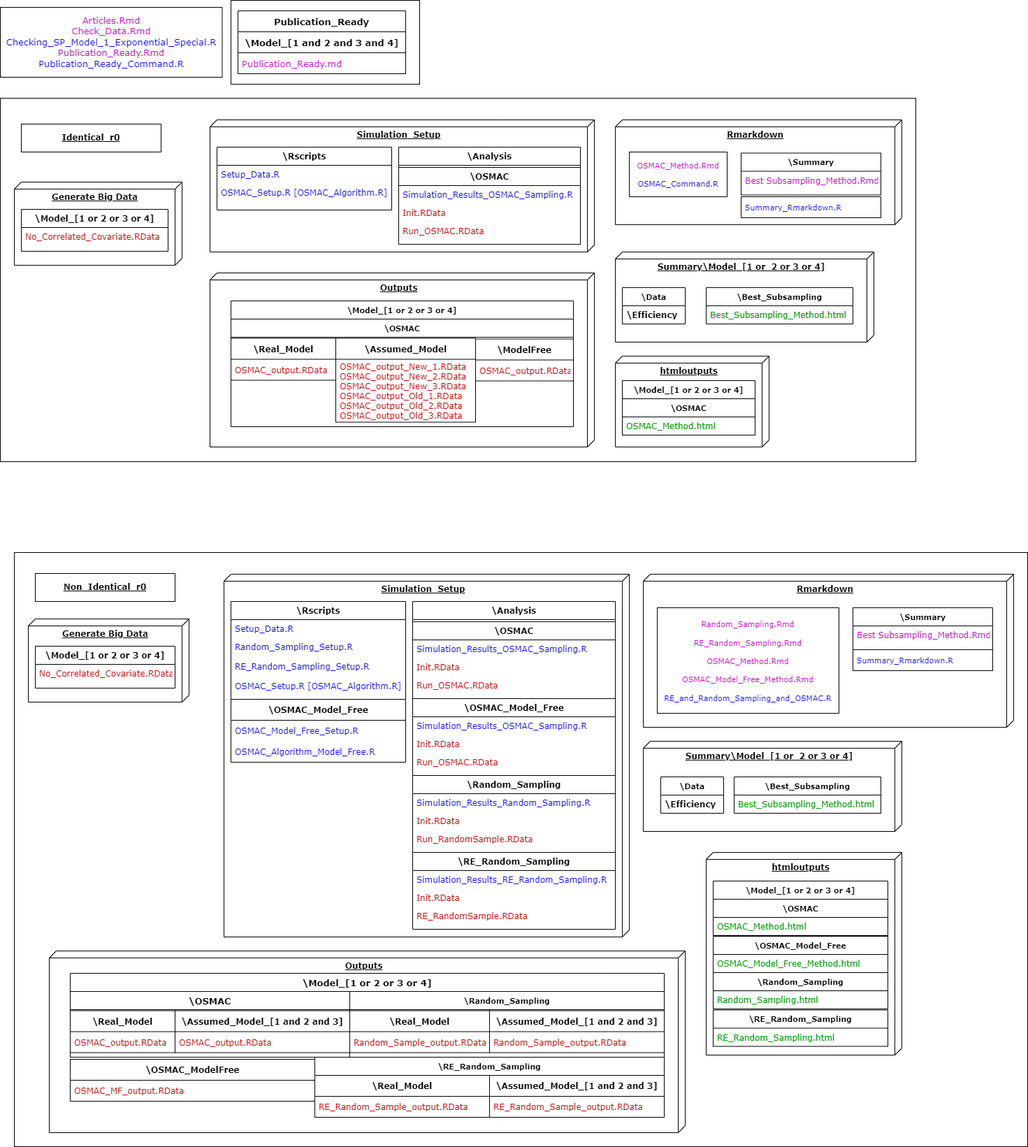
The draw.io diagram Images/FullDiagram.png in Amalan-ConStat/RS_OS_MROS_LR_TwoVar_Normal, before a commit. Source tidied: cells renumbered, new cells last; positions are measured from the earlier drawing's top-left corner, leaving out a move shared by most shapes.
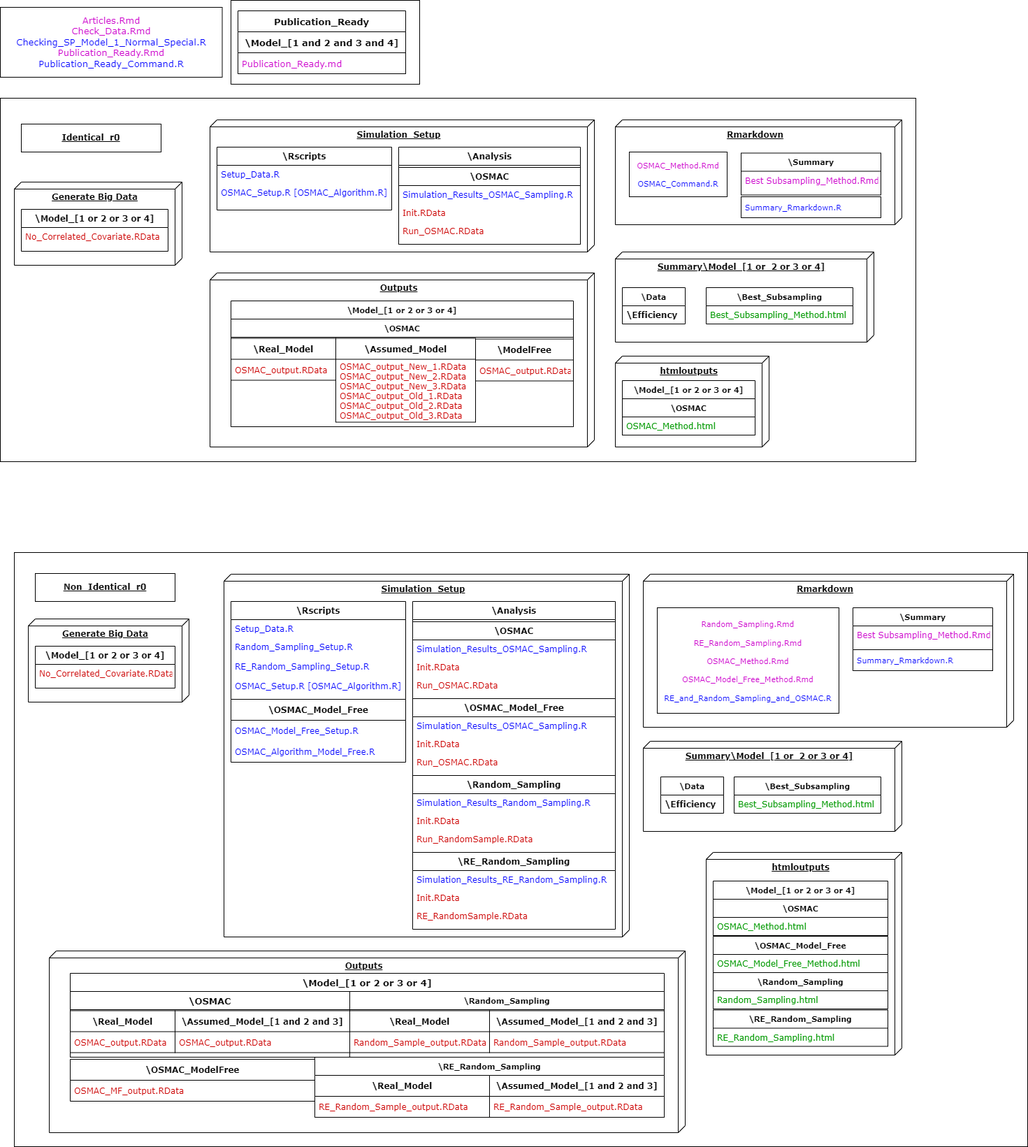
After the commit.

What changed in the source:
```diff
@@ -320,7 +320,7 @@
     <mxCell id="107" value="RE_Random_Sampling.html" style="text;strokeColor=none;fillColor=none;align=left;verticalAlign=top;spacingLeft=4;spacingRight=4;overflow=hidden;fontColor=#009900;fontFamily=Verdana;" parent="106" vertex="1">
       <mxGeometry y="26" width="250" height="26" as="geometry" />
     </mxCell>
-    <mxCell id="108" value="&lt;font style=&quot;font-size: 13px&quot;&gt;&lt;font color=&quot;#cc00cc&quot; style=&quot;font-size: 13px&quot;&gt;Articles.Rmd&lt;br&gt;Check_Data.Rmd&lt;/font&gt;&lt;br&gt;&lt;font style=&quot;font-size: 13px&quot;&gt;Checking_SP_Model_1_Exponential_Special.R&lt;/font&gt;&lt;br&gt;&lt;font color=&quot;#cc00cc&quot; style=&quot;font-size: 13px&quot;&gt;Publication_Ready.Rmd&lt;/font&gt;&lt;br&gt;&lt;font style=&quot;font-size: 13px&quot;&gt;Publication_Ready_Command.R&lt;/font&gt;&lt;/font&gt;" style="rounded=0;whiteSpace=wrap;html=1;fontFamily=Verdana;fontSize=13;fontColor=#0000FF;" parent="1" vertex="1">
+    <mxCell id="108" value="&lt;font style=&quot;font-size: 13px&quot;&gt;&lt;font color=&quot;#cc00cc&quot; style=&quot;font-size: 13px&quot;&gt;Articles.Rmd&lt;br&gt;Check_Data.Rmd&lt;/font&gt;&lt;br&gt;&lt;font style=&quot;font-size: 13px&quot;&gt;Checking_SP_Model_1_Normal_Special.R&lt;/font&gt;&lt;br&gt;&lt;font color=&quot;#cc00cc&quot; style=&quot;font-size: 13px&quot;&gt;Publication_Ready.Rmd&lt;/font&gt;&lt;br&gt;&lt;font style=&quot;font-size: 13px&quot;&gt;Publication_Ready_Command.R&lt;/font&gt;&lt;/font&gt;" style="rounded=0;whiteSpace=wrap;html=1;fontFamily=Verdana;fontSize=13;fontColor=#0000FF;" parent="1" vertex="1">
       <mxGeometry y="10" width="317.5" height="100" as="geometry" />
     </mxCell>
     <mxCell id="109" value="Publication_Ready" style="swimlane;fontStyle=1;horizontal=1;startSize=30;fontFamily=Verdana;fontSize=13;fontColor=#000000;" parent="1" vertex="1">
```
